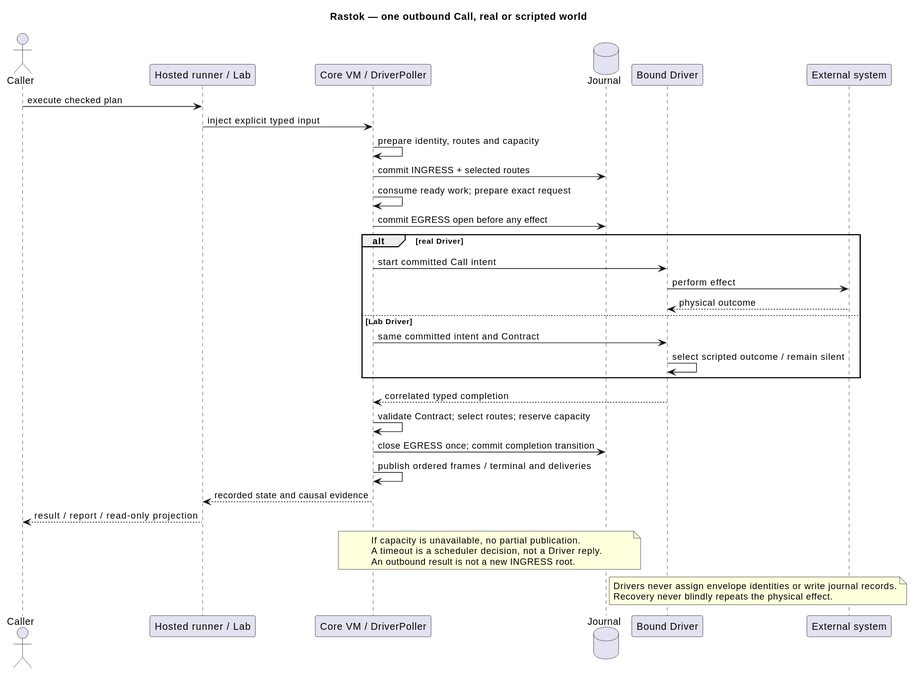
Above: docs/architecture/04-app-lab-effect-cycle.svg in rastok-io/rastok (PlantUML), before the change.
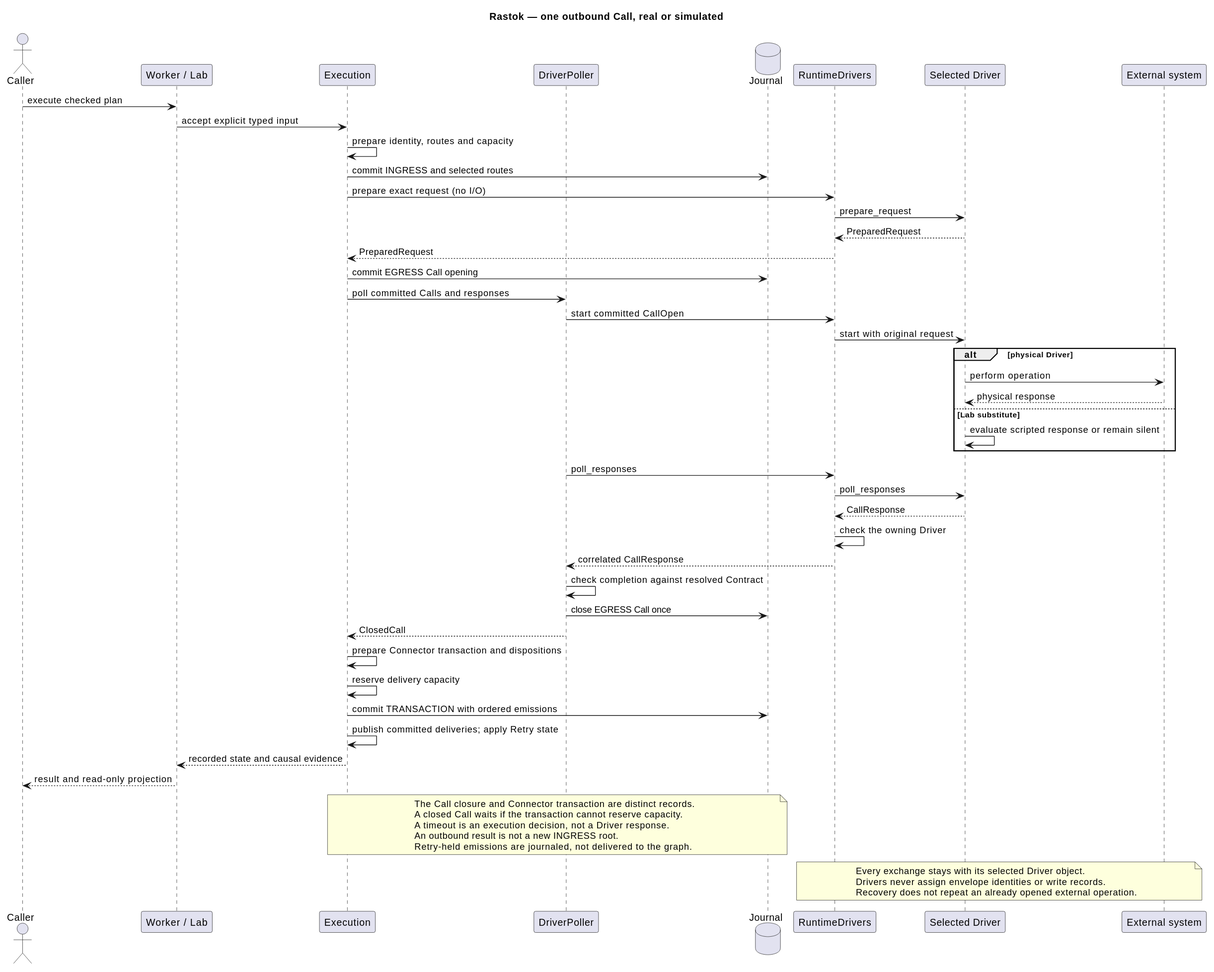
The same file after the commit.

What changed in the source:
```diff
@@ -1,45 +1,62 @@
 @startuml
 skinparam backgroundColor white
-title Rastok — one outbound Call, real or scripted world
+title Rastok — one outbound Call, real or simulated
 skinparam shadowing false
 
 actor Caller
-participant "Hosted runner / Lab" as Entry
-participant "Core VM / DriverPoller" as Core
+participant "Worker / Lab" as Entry
+participant "Execution" as Core
+participant "DriverPoller" as Poller
 database "Journal" as Journal
-participant "Bound Driver" as Driver
+participant "RuntimeDrivers" as Routing
+participant "Selected Driver" as Driver
 participant "External system" as World
 
 Caller -> Entry: execute checked plan
-Entry -> Core: inject explicit typed input
+Entry -> Core: accept explicit typed input
 Core -> Core: prepare identity, routes and capacity
-Core -> Journal: commit INGRESS + selected routes
-Core -> Core: consume ready work; prepare exact request
-Core -> Journal: commit EGRESS open before any effect
+Core -> Journal: commit INGRESS and selected routes
+Core -> Routing: prepare exact request (no I/O)
+Routing -> Driver: prepare_request
+Driver --> Routing: PreparedRequest
+Routing --> Core: PreparedRequest
+Core -> Journal: commit EGRESS Call opening
+Core -> Poller: poll committed Calls and responses
+Poller -> Routing: start committed CallOpen
+Routing -> Driver: start with original request
 
-alt real Driver
-  Core -> Driver: start committed Call intent
-  Driver -> World: perform effect
-  World --> Driver: physical outcome
-else Lab Driver
-  Core -> Driver: same committed intent and Contract
-  Driver -> Driver: select scripted outcome / remain silent
+alt physical Driver
+  Driver -> World: perform operation
+  World --> Driver: physical response
+else Lab substitute
+  Driver -> Driver: evaluate scripted response or remain silent
 end
 
-Driver --> Core: correlated typed completion
-Core -> Core: validate Contract; select routes; reserve capacity
-Core -> Journal: close EGRESS once; commit completion transition
-Core -> Core: publish ordered frames / terminal and deliveries
+Poller -> Routing: poll_responses
+Routing -> Driver: poll_responses
+Driver --> Routing: CallResponse
+Routing -> Routing: check the owning Driver
+Routing --> Poller: correlated CallResponse
+Poller -> Poller: check completion against resolved Contract
+Poller -> Journal: close EGRESS Call once
+Poller --> Core: ClosedCall
+Core -> Core: prepare Connector transaction and dispositions
+Core -> Core: reserve delivery capacity
+Core -> Journal: commit TRANSACTION with ordered emissions
+Core -> Core: publish committed deliveries; apply Retry state
 Core --> Entry: recorded state and causal evidence
-Entry --> Caller: result / report / read-only projection
+Entry --> Caller: result and read-only projection
 
 note over Core,Journal
-If capacity is unavailable, no partial publication.
-A timeout is a scheduler decision, not a Driver reply.
+The Call closure and Connector transaction are distinct records.
+A closed Call waits if the transaction cannot reserve capacity.
+A timeout is an execution decision, not a Driver response.
 An outbound result is not a new INGRESS root.
+Retry-held emissions are journaled, not delivered to the graph.
 end note
-note over Driver,World
-Drivers never assign envelope identities or write journal records.
-Recovery never blindly repeats the physical effect.
+note over Routing,World
+Every exchange stays with its selected Driver object.
+Drivers never assign envelope identities or write records.
+Recovery does not repeat an already opened external operation.
 end note
 @enduml
```
